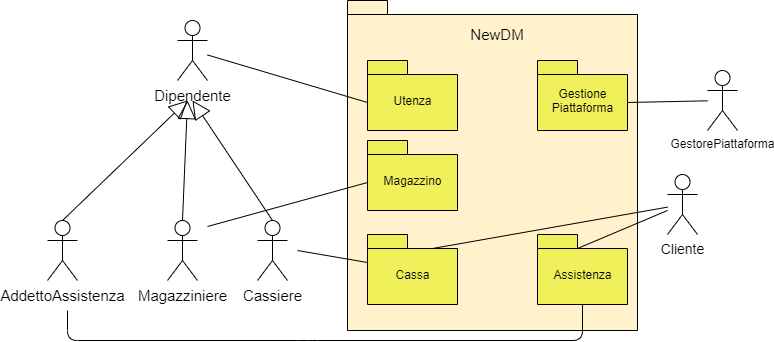
This is documentazioneRAD/ucd/nuovoTotale/UCD_totale(0).png from Ciro-Fusco/NewDM, a draw.io export, as it was before one commit. Source tidied: cells renumbered, new cells last; positions are measured from the earlier drawing's top-left corner, leaving out a move shared by most shapes.
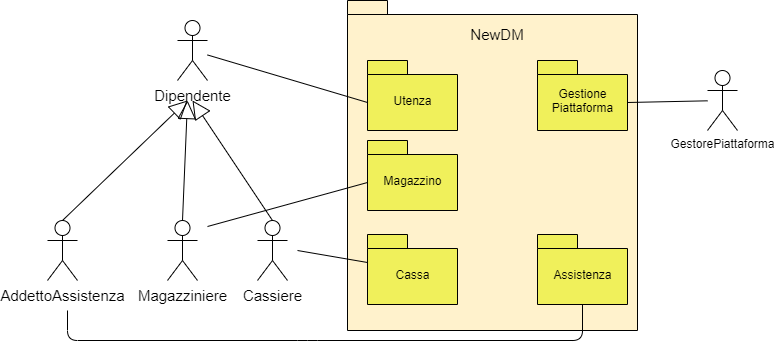
After the commit.

The edit, as a diff of the source:
```diff
@@ -67,17 +67,6 @@
         </Array>
       </mxGeometry>
     </mxCell>
-    <mxCell id="18" value="Cliente" style="shape=umlActor;verticalLabelPosition=bottom;verticalAlign=top;html=1;outlineConnect=0;fontSize=14;" parent="1" vertex="1">
-      <mxGeometry x="620" y="174" width="30" height="60" as="geometry" />
-    </mxCell>
-    <mxCell id="19" style="endArrow=none;html=1;fontSize=15;exitX=0;exitY=0;exitDx=65;exitDy=14;exitPerimeter=0;" parent="1" edge="1" source="6" target="18">
-      <mxGeometry relative="1" as="geometry" />
-    </mxCell>
-    <mxCell id="20" style="endArrow=none;html=1;fontSize=15;exitX=0;exitY=0;exitDx=40;exitDy=14;exitPerimeter=0;" parent="1" edge="1" source="7">
-      <mxGeometry relative="1" as="geometry">
-        <mxPoint x="620" y="210" as="targetPoint" />
-      </mxGeometry>
-    </mxCell>
     <mxCell id="21" style="endArrow=none;html=1;entryX=0;entryY=0;entryDx=0;entryDy=42;entryPerimeter=0;" parent="1" edge="1" source="8" target="4">
       <mxGeometry relative="1" as="geometry" />
     </mxCell>
```
